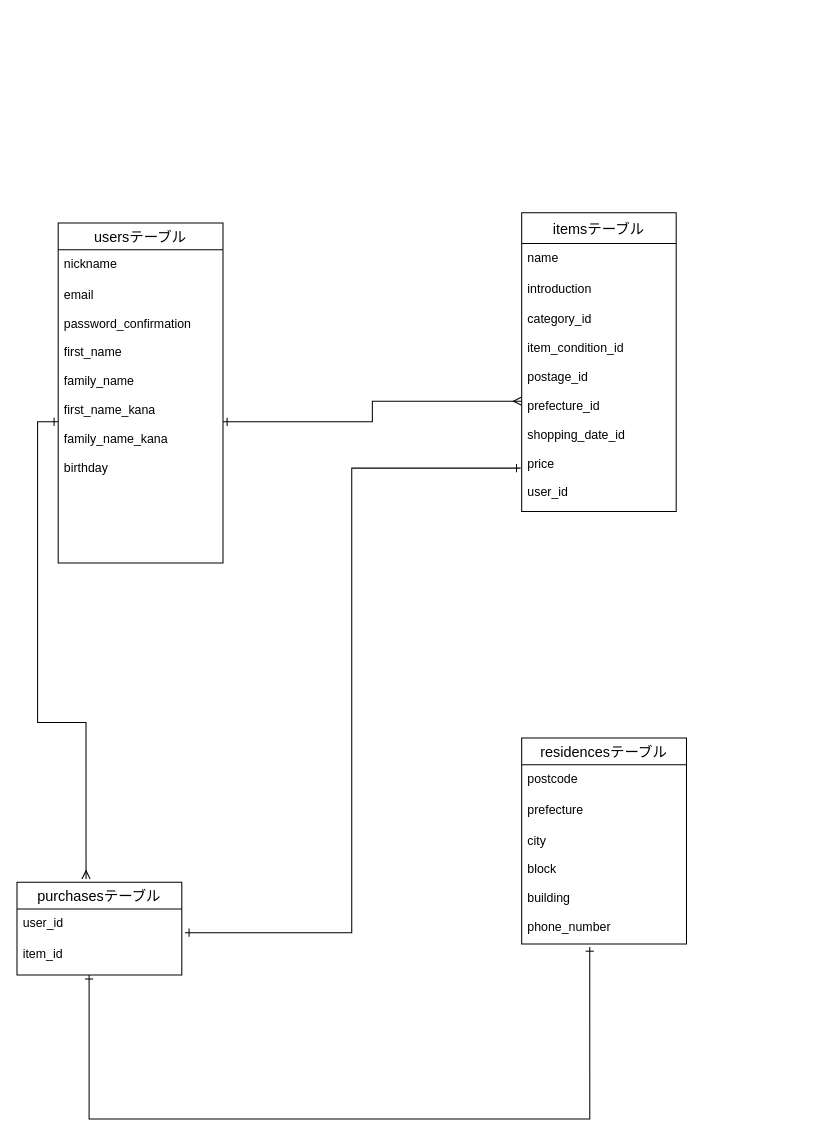
Earlier version of the draw.io diagram test.dio (junki57/furima-35959). Source tidied: cells renumbered, new cells numbered last; positions are measured from the earlier drawing's top-left corner, leaving out a move shared by most shapes. Both pictures are drawn from the tidied source at 103%, with x=0, y=0 at pixel (16, 212).
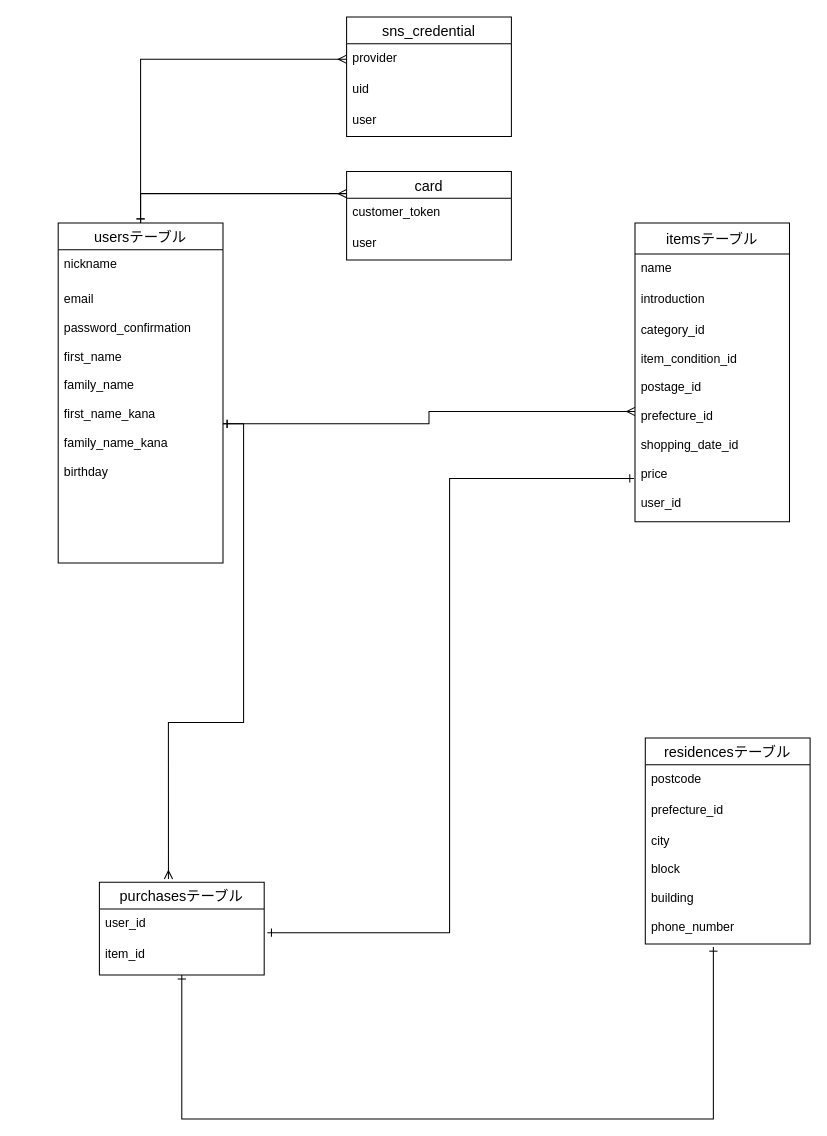
The same diagram, later.

The change refers to these unchanged cells:
```xml
<mxCell id="6" value="usersテーブル" style="swimlane;fontStyle=0;horizontal=1;startSize=26;align=center;fontSize=14;" parent="1" vertex="1">
  <mxGeometry x="40" y="10" width="160" height="330" as="geometry" />
</mxCell>
<mxCell id="15" value="city&#10;&#10;block&#10;&#10;building&#10;&#10;phone_number" style="text;strokeColor=none;fillColor=none;spacingLeft=4;spacingRight=4;overflow=hidden;points=[[0,0.5],[1,0.5]];portConstraint=eastwest;fontSize=12;" parent="12" vertex="1">
  <mxGeometry y="86" width="160" height="114" as="geometry" />
</mxCell>
```

Change to the diagram source:
```diff
@@
     <mxCell id="2" value="itemsテーブル" style="swimlane;fontStyle=0;horizontal=1;startSize=30;align=center;fontSize=14;" parent="1" vertex="1">
-      <mxGeometry x="490" width="150" height="290" as="geometry" />
+      <mxGeometry x="600" y="10" width="150" height="290" as="geometry" />
     </mxCell>
@@
+    <mxCell id="21" style="edgeStyle=orthogonalEdgeStyle;rounded=0;jettySize=auto;html=1;exitX=0.5;exitY=0;exitDx=0;exitDy=0;entryX=0;entryY=0.25;entryDx=0;entryDy=0;startArrow=ERone;startFill=0;endArrow=ERmany;endFill=0;" parent="1" edge="1" source="6" target="23">
+      <mxGeometry relative="1" as="geometry" />
+    </mxCell>
+    <mxCell id="22" style="edgeStyle=orthogonalEdgeStyle;rounded=0;jettySize=auto;html=1;entryX=0;entryY=0.5;entryDx=0;entryDy=0;startArrow=ERone;startFill=0;endArrow=ERmany;endFill=0;" parent="1" edge="1" source="6" target="27">
+      <mxGeometry relative="1" as="geometry" />
+    </mxCell>
@@
     <mxCell id="8" style="edgeStyle=orthogonalEdgeStyle;rounded=0;jettySize=auto;html=1;entryX=0.413;entryY=1.026;entryDx=0;entryDy=0;entryPerimeter=0;startArrow=ERone;startFill=0;endArrow=ERone;endFill=0;" parent="1" edge="1" source="9" target="15">
       <mxGeometry relative="1" as="geometry">
         <Array as="points">
-          <mxPoint x="70" y="880" />
-          <mxPoint x="556" y="880" />
+          <mxPoint x="160" y="880" />
+          <mxPoint x="676" y="880" />
         </Array>
       </mxGeometry>
     </mxCell>
     <mxCell id="9" value="purchasesテーブル" style="swimlane;fontStyle=0;horizontal=1;startSize=26;align=center;fontSize=14;" parent="1" vertex="1">
-      <mxGeometry y="650" width="160" height="90" as="geometry" />
+      <mxGeometry x="80" y="650" width="160" height="90" as="geometry" />
     </mxCell>
@@
     <mxCell id="12" value="residencesテーブル" style="swimlane;fontStyle=0;horizontal=1;startSize=26;align=center;fontSize=14;" parent="1" vertex="1">
-      <mxGeometry x="490" y="510" width="160" height="200" as="geometry" />
+      <mxGeometry x="610" y="510" width="160" height="200" as="geometry" />
     </mxCell>
@@
-    <mxCell id="14" value="prefecture" style="text;strokeColor=none;fillColor=none;spacingLeft=4;spacingRight=4;overflow=hidden;fontSize=12;" parent="12" vertex="1">
+    <mxCell id="14" value="prefecture_id" style="text;strokeColor=none;fillColor=none;spacingLeft=4;spacingRight=4;overflow=hidden;fontSize=12;" parent="12" vertex="1">
       <mxGeometry y="56" width="160" height="30" as="geometry" />
     </mxCell>
@@
     <mxCell id="18" value="email&#10;&#10;password_confirmation&#10;&#10;first_name&#10;&#10;family_name&#10;&#10;first_name_kana&#10;&#10;family_name_kana&#10;&#10;birthday" style="text;strokeColor=none;fillColor=none;spacingLeft=4;spacingRight=4;overflow=hidden;points=[[0,0.5],[1,0.5]];portConstraint=eastwest;fontSize=12;" parent="1" vertex="1">
-      <mxGeometry x="40" y="66" width="160" height="274" as="geometry" />
+      <mxGeometry x="40" y="70" width="160" height="270" as="geometry" />
     </mxCell>
@@
+    <mxCell id="23" value="card" style="swimlane;fontStyle=0;horizontal=1;startSize=26;align=center;fontSize=14;" parent="1" vertex="1">
+      <mxGeometry x="320" y="-40" width="160" height="86" as="geometry" />
+    </mxCell>
+    <mxCell id="24" value="customer_token" style="text;strokeColor=none;fillColor=none;spacingLeft=4;spacingRight=4;overflow=hidden;fontSize=12;" parent="23" vertex="1">
+      <mxGeometry y="26" width="160" height="30" as="geometry" />
+    </mxCell>
+    <mxCell id="25" value="user" style="text;strokeColor=none;fillColor=none;spacingLeft=4;spacingRight=4;overflow=hidden;fontSize=12;" parent="23" vertex="1">
+      <mxGeometry y="56" width="160" height="30" as="geometry" />
+    </mxCell>
+    <mxCell id="26" value="sns_credential" style="swimlane;fontStyle=0;horizontal=1;startSize=26;align=center;fontSize=14;" parent="1" vertex="1">
+      <mxGeometry x="320" y="-190" width="160" height="116" as="geometry" />
+    </mxCell>
+    <mxCell id="27" value="provider" style="text;strokeColor=none;fillColor=none;spacingLeft=4;spacingRight=4;overflow=hidden;points=[[0,0.5],[1,0.5]];portConstraint=eastwest;fontSize=12;" parent="26" vertex="1">
+      <mxGeometry y="26" width="160" height="30" as="geometry" />
+    </mxCell>
+    <mxCell id="28" value="uid" style="text;strokeColor=none;fillColor=none;spacingLeft=4;spacingRight=4;overflow=hidden;fontSize=12;" parent="26" vertex="1">
+      <mxGeometry y="56" width="160" height="30" as="geometry" />
+    </mxCell>
+    <mxCell id="29" value="user" style="text;strokeColor=none;fillColor=none;spacingLeft=4;spacingRight=4;overflow=hidden;fontSize=12;" parent="26" vertex="1">
+      <mxGeometry y="86" width="160" height="30" as="geometry" />
+    </mxCell>
```
